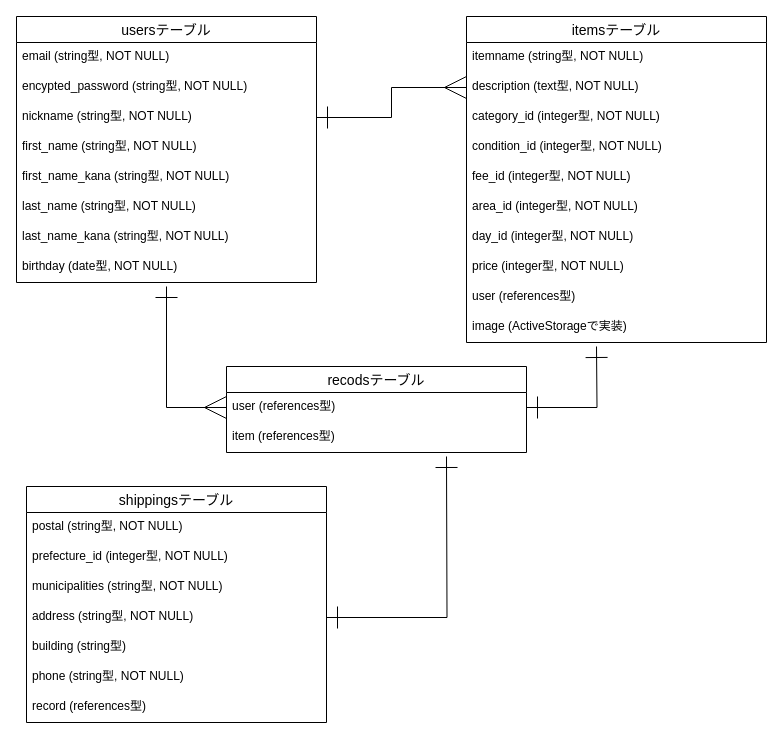
The draw.io diagram page "ページ1" (1 of 4) of test.dio in nyancho-inm/furima-32571, before the edit. Source tidied: cells renumbered, new cells numbered last; positions are measured from the earlier drawing's top-left corner, leaving out a move shared by most shapes. Both pictures are drawn from the tidied source at 100%, with x=0, y=0 at pixel (16, 16).
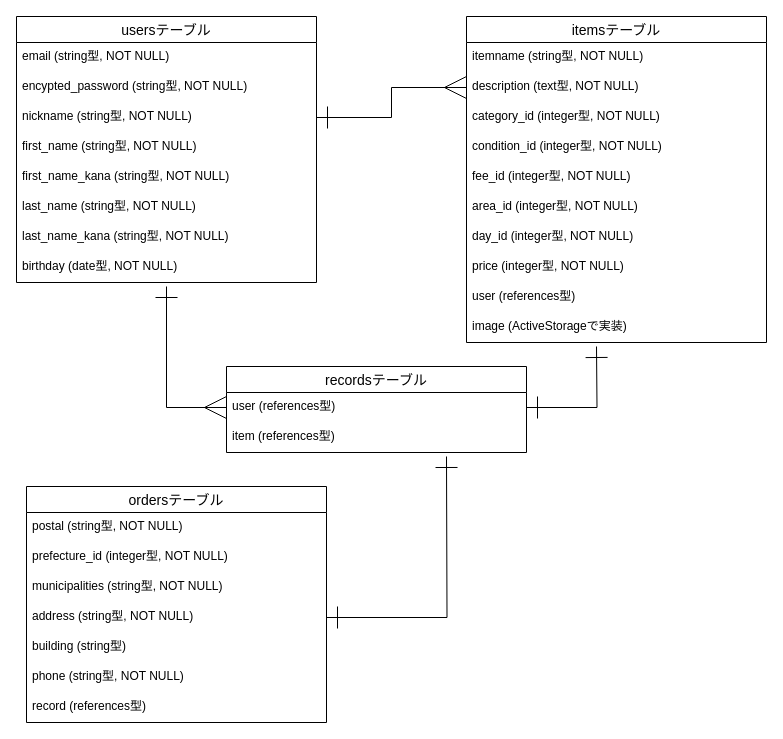
The same page after the edit.

Diff of the diagram source:
```diff
@@
-    <mxCell id="24" value="shippingsテーブル" style="swimlane;fontStyle=0;horizontal=1;startSize=26;align=center;fontSize=14;" parent="1" vertex="1">
+    <mxCell id="24" value="ordersテーブル" style="swimlane;fontStyle=0;horizontal=1;startSize=26;align=center;fontSize=14;" parent="1" vertex="1">
       <mxGeometry x="10" y="470" width="300" height="236" as="geometry" />
     </mxCell>
@@
-    <mxCell id="35" value="recodsテーブル" style="swimlane;fontStyle=0;horizontal=1;startSize=26;align=center;fontSize=14;" parent="1" vertex="1">
+    <mxCell id="35" value="recordsテーブル" style="swimlane;fontStyle=0;horizontal=1;startSize=26;align=center;fontSize=14;" parent="1" vertex="1">
       <mxGeometry x="210" y="350" width="300" height="86" as="geometry" />
     </mxCell>
```
